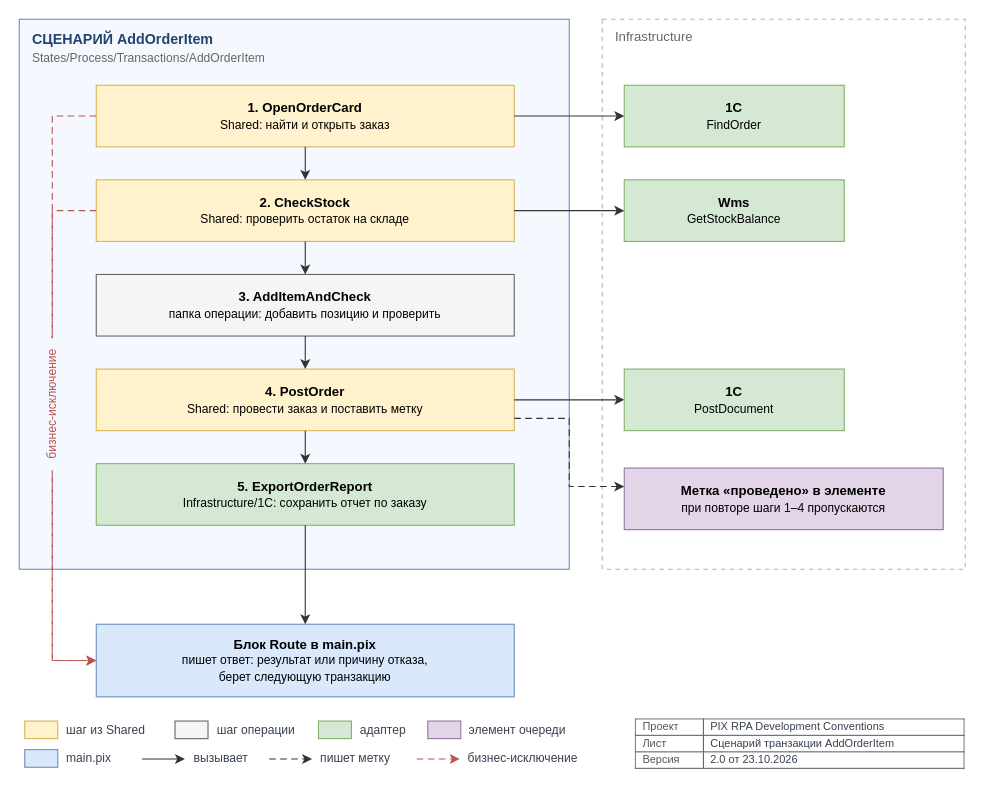
TheMrDJek/PixRpaDevelopmentConventions keeps this draw.io diagram as page "template / template-scenario" (5 of 6) of images/diagrams.drawio. Above is the earlier version. Source tidied: cells renumbered, new cells numbered last; positions are measured from the earlier drawing's top-left corner, leaving out a move shared by most shapes. Both pictures are drawn from the tidied source at 110%, with x=0, y=0 at pixel (19, 19).
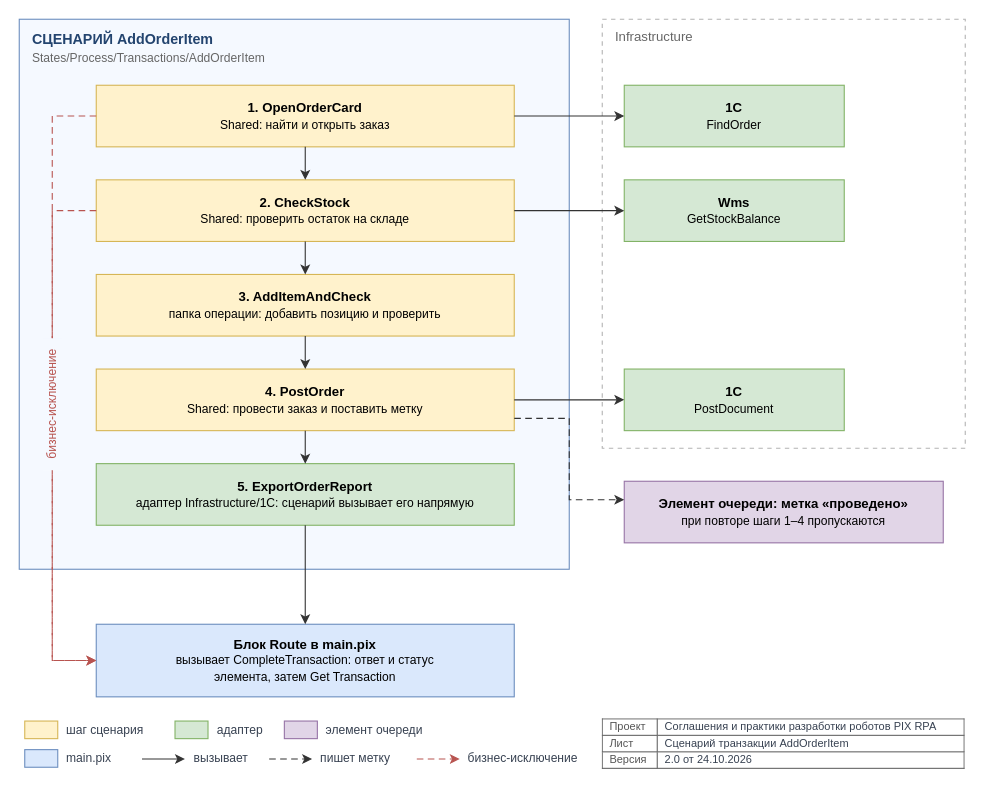
Above is the later version.

Change to the diagram source:
```diff
@@
     <mxCell id="4" value="Infrastructure" style="rounded=0;dashed=1;dashPattern=4 4;fillColor=#FFFFFF;strokeColor=#B3B3B3;strokeWidth=1;verticalAlign=top;align=left;spacingLeft=10;spacingTop=2;fontSize=12;fontColor=#666666;whiteSpace=wrap;html=1;fontFamily=Helvetica;" parent="1" vertex="1">
-      <mxGeometry x="530" width="330" height="500" as="geometry" />
+      <mxGeometry x="530" width="330" height="390" as="geometry" />
     </mxCell>
@@
-    <mxCell id="7" value="&lt;b&gt;3. AddItemAndCheck&lt;/b&gt;&lt;br&gt;&lt;font style=&quot;font-size:11px&quot;&gt;папка операции: добавить позицию и проверить&lt;/font&gt;" style="rounded=0;fillColor=#F5F5F5;strokeColor=#666666;strokeWidth=1;fontColor=#000000;fontSize=12;whiteSpace=wrap;html=1;fontFamily=Helvetica;" parent="1" vertex="1">
+    <mxCell id="7" value="&lt;b&gt;3. AddItemAndCheck&lt;/b&gt;&lt;br&gt;&lt;font style=&quot;font-size:11px&quot;&gt;папка операции: добавить позицию и проверить&lt;/font&gt;" style="rounded=0;fillColor=#FFF2CC;strokeColor=#D6B656;strokeWidth=1;fontColor=#000000;fontSize=12;whiteSpace=wrap;html=1;fontFamily=Helvetica;" parent="1" vertex="1">
       <mxGeometry x="70" y="232" width="380" height="56" as="geometry" />
     </mxCell>
@@
-    <mxCell id="9" value="&lt;b&gt;5. ExportOrderReport&lt;/b&gt;&lt;br&gt;&lt;font style=&quot;font-size:11px&quot;&gt;Infrastructure/1C: сохранить отчет по заказу&lt;/font&gt;" style="rounded=0;fillColor=#D5E8D4;strokeColor=#82B366;strokeWidth=1;fontColor=#000000;fontSize=12;whiteSpace=wrap;html=1;fontFamily=Helvetica;" parent="1" vertex="1">
+    <mxCell id="9" value="&lt;b&gt;5. ExportOrderReport&lt;/b&gt;&lt;br&gt;&lt;font style=&quot;font-size:11px&quot;&gt;адаптер Infrastructure/1C: сценарий вызывает его напрямую&lt;/font&gt;" style="rounded=0;fillColor=#D5E8D4;strokeColor=#82B366;strokeWidth=1;fontColor=#000000;fontSize=12;whiteSpace=wrap;html=1;fontFamily=Helvetica;" parent="1" vertex="1">
       <mxGeometry x="70" y="404" width="380" height="56" as="geometry" />
     </mxCell>
@@
-    <mxCell id="14" value="&lt;b&gt;Блок Route в main.pix&lt;/b&gt;&lt;br&gt;&lt;font style=&quot;font-size:11px&quot;&gt;пишет ответ: результат или причину отказа,&lt;br&gt;берет следующую транзакцию&lt;/font&gt;" style="rounded=0;fillColor=#DAE8FC;strokeColor=#6C8EBF;strokeWidth=1;fontColor=#000000;fontSize=12;whiteSpace=wrap;html=1;fontFamily=Helvetica;" parent="1" vertex="1">
+    <mxCell id="14" value="&lt;b&gt;Блок Route в main.pix&lt;/b&gt;&lt;br&gt;&lt;font style=&quot;font-size:11px&quot;&gt;вызывает CompleteTransaction: ответ и статус&lt;br&gt;элемента, затем Get Transaction&lt;/font&gt;" style="rounded=0;fillColor=#DAE8FC;strokeColor=#6C8EBF;strokeWidth=1;fontColor=#000000;fontSize=12;whiteSpace=wrap;html=1;fontFamily=Helvetica;" parent="1" vertex="1">
       <mxGeometry x="70" y="550" width="380" height="66" as="geometry" />
     </mxCell>
@@
-    <mxCell id="22" value="&lt;b&gt;Метка «проведено» в элементе&lt;/b&gt;&lt;br&gt;&lt;font style=&quot;font-size:11px&quot;&gt;при повторе шаги 1–4 пропускаются&lt;/font&gt;" style="rounded=0;fillColor=#E1D5E7;strokeColor=#9673A6;strokeWidth=1;fontColor=#000000;fontSize=12;whiteSpace=wrap;html=1;fontFamily=Helvetica;" parent="1" vertex="1">
-      <mxGeometry x="550" y="408" width="290" height="56" as="geometry" />
+    <mxCell id="22" value="&lt;b&gt;Элемент очереди: метка «проведено»&lt;/b&gt;&lt;br&gt;&lt;font style=&quot;font-size:11px&quot;&gt;при повторе шаги 1–4 пропускаются&lt;/font&gt;" style="rounded=0;fillColor=#E1D5E7;strokeColor=#9673A6;strokeWidth=1;fontColor=#000000;fontSize=12;whiteSpace=wrap;html=1;fontFamily=Helvetica;" parent="1" vertex="1">
+      <mxGeometry x="550" y="420" width="290" height="56" as="geometry" />
     </mxCell>
@@
-    <mxCell id="28" value="шаг из Shared" style="text;strokeColor=none;fillColor=none;align=left;verticalAlign=middle;fontSize=12;fontColor=#374151;whiteSpace=wrap;html=1;fontFamily=Helvetica;fontSize=11;" parent="1" vertex="1">
-      <mxGeometry x="41" y="636" width="88.6" height="20" as="geometry" />
+    <mxCell id="28" value="шаг сценария" style="text;strokeColor=none;fillColor=none;align=left;verticalAlign=middle;fontSize=12;fontColor=#374151;whiteSpace=wrap;html=1;fontFamily=Helvetica;fontSize=11;" parent="1" vertex="1">
+      <mxGeometry x="41" y="636" width="86" height="20" as="geometry" />
     </mxCell>
-    <mxCell id="29" style="rounded=0;fillColor=#F5F5F5;strokeColor=#666666;strokeWidth=1;fontColor=#000000;fontSize=12;whiteSpace=wrap;html=1;fontFamily=Helvetica;" parent="1" vertex="1">
-      <mxGeometry x="141.6" y="638" width="30" height="16" as="geometry" />
-    </mxCell>
-    <mxCell id="30" value="шаг операции" style="text;strokeColor=none;fillColor=none;align=left;verticalAlign=middle;fontSize=12;fontColor=#374151;whiteSpace=wrap;html=1;fontFamily=Helvetica;fontSize=11;" parent="1" vertex="1">
-      <mxGeometry x="177.6" y="636" width="82.4" height="20" as="geometry" />
-    </mxCell>
     <mxCell id="31" style="rounded=0;fillColor=#D5E8D4;strokeColor=#82B366;strokeWidth=1;fontColor=#000000;fontSize=12;whiteSpace=wrap;html=1;fontFamily=Helvetica;" parent="1" vertex="1">
-      <mxGeometry x="272" y="638" width="30" height="16" as="geometry" />
+      <mxGeometry x="141.6" y="638" width="30" height="16" as="geometry" />
     </mxCell>
     <mxCell id="32" value="адаптер" style="text;strokeColor=none;fillColor=none;align=left;verticalAlign=middle;fontSize=12;fontColor=#374151;whiteSpace=wrap;html=1;fontFamily=Helvetica;fontSize=11;" parent="1" vertex="1">
-      <mxGeometry x="308" y="636" width="51.4" height="20" as="geometry" />
+      <mxGeometry x="177.6" y="636" width="51.4" height="20" as="geometry" />
     </mxCell>
     <mxCell id="33" style="rounded=0;fillColor=#E1D5E7;strokeColor=#9673A6;strokeWidth=1;fontColor=#000000;fontSize=12;whiteSpace=wrap;html=1;fontFamily=Helvetica;" parent="1" vertex="1">
-      <mxGeometry x="371.4" y="638" width="30" height="16" as="geometry" />
+      <mxGeometry x="241" y="638" width="30" height="16" as="geometry" />
     </mxCell>
     <mxCell id="34" value="элемент очереди" style="text;strokeColor=none;fillColor=none;align=left;verticalAlign=middle;fontSize=12;fontColor=#374151;whiteSpace=wrap;html=1;fontFamily=Helvetica;fontSize=11;" parent="1" vertex="1">
-      <mxGeometry x="407.4" y="636" width="101" height="20" as="geometry" />
+      <mxGeometry x="277" y="636" width="101" height="20" as="geometry" />
     </mxCell>
@@
-    <mxCell id="49" value="&lt;table style=&quot;border-collapse:collapse;width:100%;font-size:10px&quot;&gt;&lt;tr&gt;&lt;td style=&quot;border:1px solid #666;padding:1px 6px;color:#555&quot;&gt;Проект&lt;/td&gt;&lt;td style=&quot;border:1px solid #666;padding:1px 6px&quot;&gt;PIX RPA Development Conventions&lt;/td&gt;&lt;/tr&gt;&lt;tr&gt;&lt;td style=&quot;border:1px solid #666;padding:1px 6px;color:#555&quot;&gt;Лист&lt;/td&gt;&lt;td style=&quot;border:1px solid #666;padding:1px 6px&quot;&gt;Сценарий транзакции AddOrderItem&lt;/td&gt;&lt;/tr&gt;&lt;tr&gt;&lt;td style=&quot;border:1px solid #666;padding:1px 6px;color:#555&quot;&gt;Версия&lt;/td&gt;&lt;td style=&quot;border:1px solid #666;padding:1px 6px&quot;&gt;2.0 от 23.10.2026&lt;/td&gt;&lt;/tr&gt;&lt;/table&gt;" style="text;strokeColor=none;fillColor=none;align=left;verticalAlign=middle;fontSize=12;fontColor=#374151;whiteSpace=wrap;html=1;fontFamily=Helvetica;verticalAlign=top;overflow=fill;" parent="1" vertex="1">
-      <mxGeometry x="560" y="636" width="300" height="54" as="geometry" />
+    <mxCell id="49" value="&lt;table style=&quot;border-collapse:collapse;width:100%;font-size:10px&quot;&gt;&lt;tr&gt;&lt;td style=&quot;border:1px solid #666;padding:1px 6px;color:#555&quot;&gt;Проект&lt;/td&gt;&lt;td style=&quot;border:1px solid #666;padding:1px 6px&quot;&gt;Соглашения и практики разработки роботов PIX RPA&lt;/td&gt;&lt;/tr&gt;&lt;tr&gt;&lt;td style=&quot;border:1px solid #666;padding:1px 6px;color:#555&quot;&gt;Лист&lt;/td&gt;&lt;td style=&quot;border:1px solid #666;padding:1px 6px&quot;&gt;Сценарий транзакции AddOrderItem&lt;/td&gt;&lt;/tr&gt;&lt;tr&gt;&lt;td style=&quot;border:1px solid #666;padding:1px 6px;color:#555&quot;&gt;Версия&lt;/td&gt;&lt;td style=&quot;border:1px solid #666;padding:1px 6px&quot;&gt;2.0 от 24.10.2026&lt;/td&gt;&lt;/tr&gt;&lt;/table&gt;" style="text;strokeColor=none;fillColor=none;align=left;verticalAlign=middle;fontSize=12;fontColor=#374151;whiteSpace=wrap;html=1;fontFamily=Helvetica;verticalAlign=top;overflow=fill;" parent="1" vertex="1">
+      <mxGeometry x="530" y="636" width="330" height="54" as="geometry" />
     </mxCell>
```
